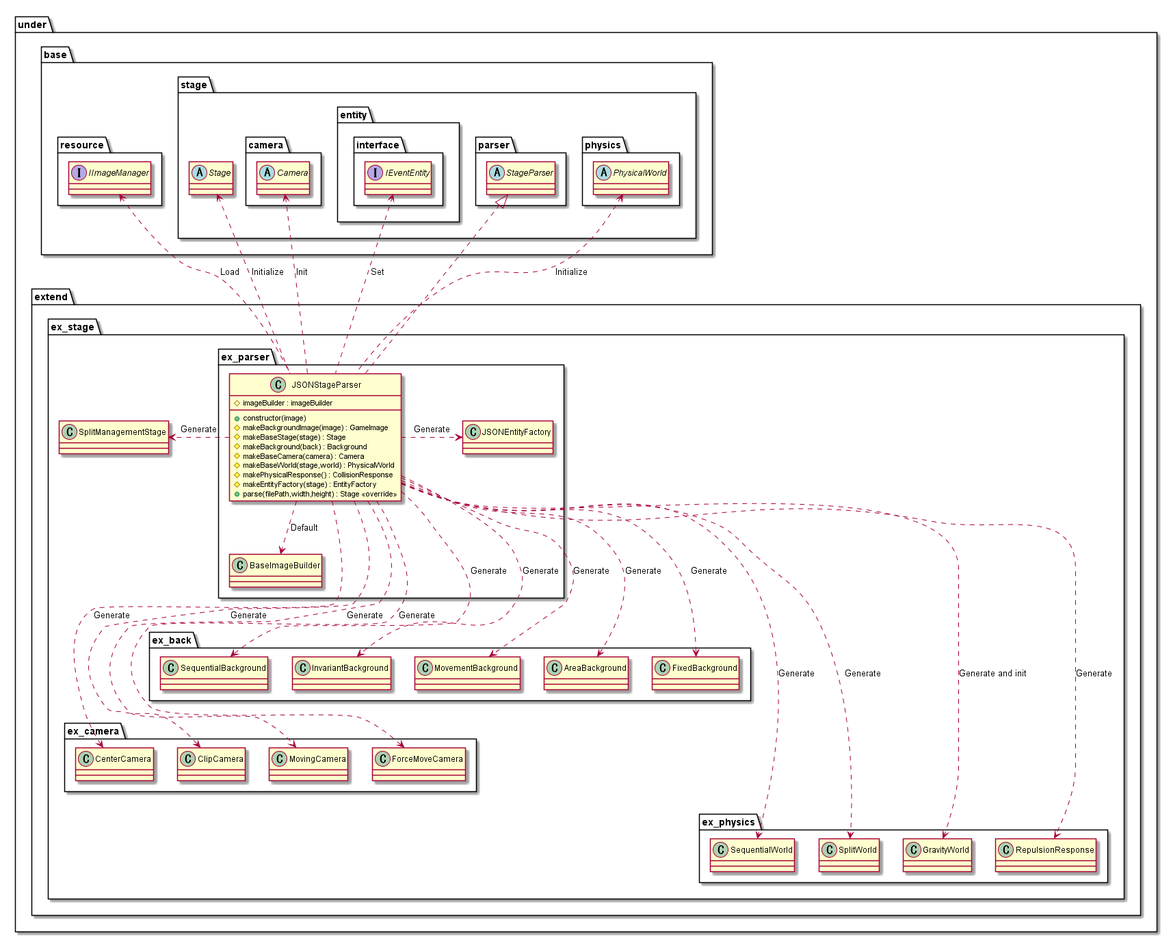
Expine/Under keeps this PlantUML diagram as out/uml/parser/JSON/ParserJSON.png. Above is the earlier version.
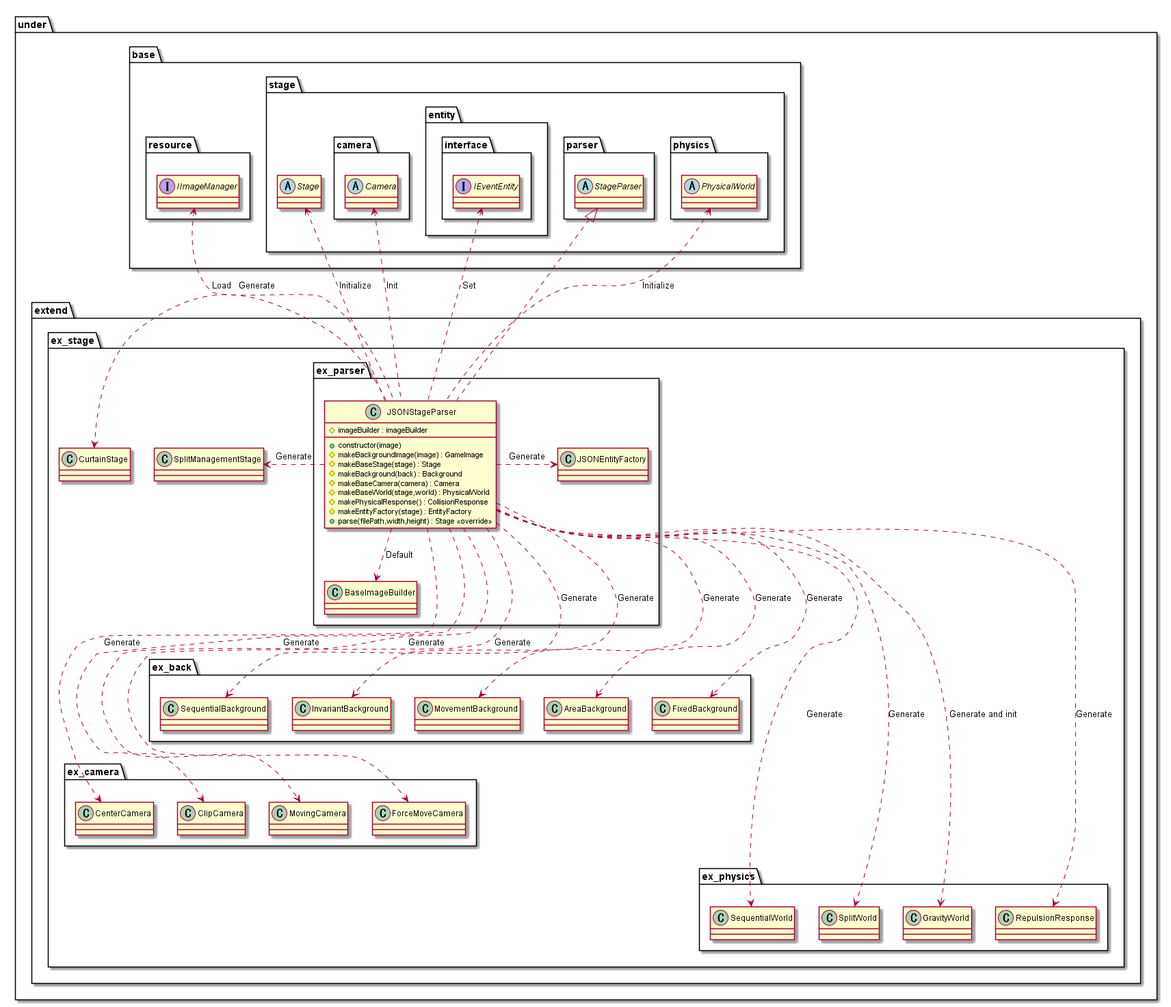
Above is the later version.

Diff of the diagram source:
```diff
@@ -47,6 +47,7 @@
     package extend {
         package ex_stage {
             class SplitManagementStage
+            class CurtainStage
             package ex_parser {
                 class BaseImageBuilder
                 class JSONEntityFactory
@@ -76,6 +77,7 @@
 }
 
 JSONStageParser .> SplitManagementStage : Generate
+JSONStageParser .> CurtainStage : Generate
 JSONStageParser .> JSONEntityFactory : Generate
 
 JSONStageParser ...> SequentialBackground : Generate
```
